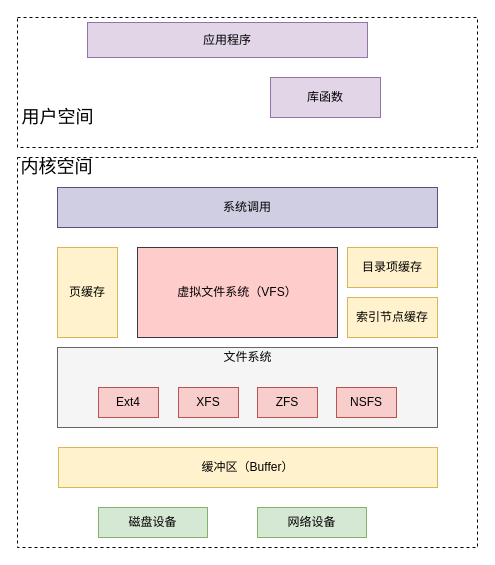
Before: IO.drawio in shirdey/Document, a draw.io diagram. Source tidied: cells renumbered, new cells numbered last; positions are measured from the earlier drawing's top-left corner, leaving out a move shared by most shapes. Both pictures are drawn from the tidied source at 100%, with x=0, y=0 at pixel (17, 17).
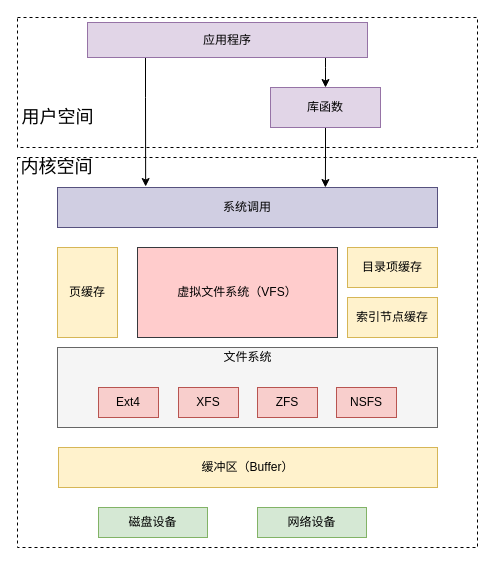
After the change.

Unchanged cells that the change refers to:
```xml
<mxCell id="4" value="应用程序" style="rounded=0;whiteSpace=wrap;html=1;shadow=0;glass=0;comic=0;strokeWidth=1;fillColor=#e1d5e7;strokeColor=#9673a6;" parent="1" vertex="1">
  <mxGeometry x="70" y="5" width="280" height="35" as="geometry" />
</mxCell>
<mxCell id="6" value="系统调用" style="rounded=1;whiteSpace=wrap;html=1;shadow=0;glass=0;comic=0;strokeWidth=1;fillColor=#d0cee2;arcSize=0;strokeColor=#56517e;" parent="1" vertex="1">
  <mxGeometry x="40" y="170" width="380" height="40" as="geometry" />
</mxCell>
```

What changed in the source:
```diff
@@
+    <mxCell id="22" style="edgeStyle=orthogonalEdgeStyle;rounded=0;jettySize=auto;html=1;entryX=0.232;entryY=-0.025;entryDx=0;entryDy=0;entryPerimeter=0;" parent="1" edge="1" source="4" target="6">
+      <mxGeometry relative="1" as="geometry">
+        <Array as="points">
+          <mxPoint x="128" y="80" />
+          <mxPoint x="128" y="80" />
+        </Array>
+      </mxGeometry>
+    </mxCell>
+    <mxCell id="23" style="edgeStyle=orthogonalEdgeStyle;rounded=0;jettySize=auto;html=1;entryX=0.5;entryY=0;entryDx=0;entryDy=0;" parent="1" edge="1" source="4" target="5">
+      <mxGeometry relative="1" as="geometry">
+        <Array as="points">
+          <mxPoint x="308" y="50" />
+          <mxPoint x="308" y="50" />
+        </Array>
+      </mxGeometry>
+    </mxCell>
@@
+    <mxCell id="24" style="edgeStyle=orthogonalEdgeStyle;rounded=0;jettySize=auto;html=1;entryX=0.705;entryY=0;entryDx=0;entryDy=0;entryPerimeter=0;" parent="1" edge="1" source="5" target="6">
+      <mxGeometry relative="1" as="geometry" />
+    </mxCell>
     <mxCell id="5" value="库函数" style="rounded=0;whiteSpace=wrap;html=1;shadow=0;glass=0;comic=0;strokeWidth=1;fillColor=#e1d5e7;strokeColor=#9673a6;" parent="1" vertex="1">
-      <mxGeometry x="253" y="60" width="110" height="40" as="geometry" />
+      <mxGeometry x="253" y="70" width="110" height="40" as="geometry" />
     </mxCell>
```
